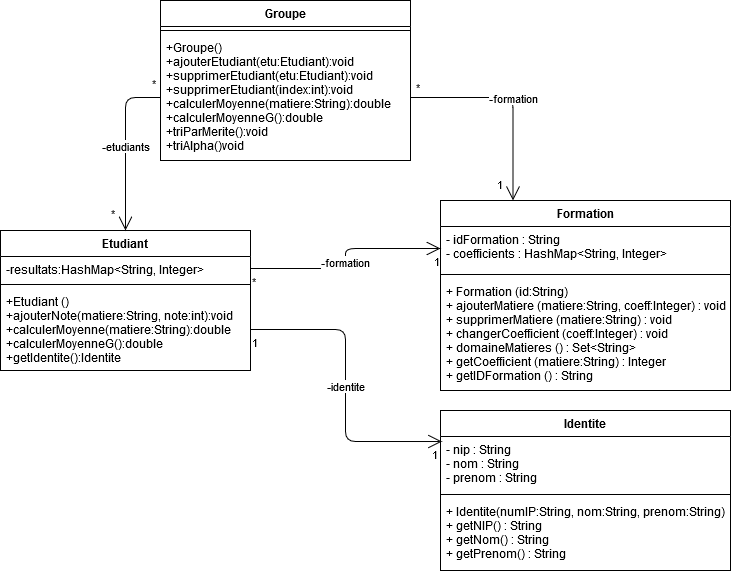
This is Diagramme de classe.png from Nimarcs/Exercice3-TravailDeConception-CPOA-WEISS-RICHIER, a draw.io export, as it was before one commit. Source tidied: cells renumbered, new cells last; positions are measured from the earlier drawing's top-left corner, leaving out a move shared by most shapes. Its diagram source:
```xml
<mxGraphModel>
  <root>
    <mxCell id="0" />
    <mxCell id="1" parent="0" />
    <mxCell id="2" value="Etudiant" style="swimlane;fontStyle=1;align=center;verticalAlign=top;horizontal=1;startSize=26;" parent="1" vertex="1">
      <mxGeometry y="230" width="250" height="140" as="geometry" />
    </mxCell>
    <mxCell id="3" value="-resultats:HashMap&lt;String, Integer&gt;&#10;" style="text;strokeColor=none;fillColor=none;align=left;verticalAlign=top;spacingLeft=4;spacingRight=4;overflow=hidden;points=[[0,0.5],[1,0.5]];portConstraint=eastwest;" parent="2" vertex="1">
      <mxGeometry y="26" width="250" height="24" as="geometry" />
    </mxCell>
    <mxCell id="4" style="line;strokeWidth=1;fillColor=none;align=left;verticalAlign=middle;spacingTop=-1;spacingLeft=3;spacingRight=3;labelPosition=right;" parent="2" vertex="1">
      <mxGeometry y="50" width="250" height="8" as="geometry" />
    </mxCell>
    <mxCell id="5" value="+Etudiant ()&#10;+ajouterNote(matiere:String, note:int):void&#10;+calculerMoyenne(matiere:String):double&#10;+calculerMoyenneG():double&#10;+getIdentite():Identite&#10;&#10;" style="text;strokeColor=none;fillColor=none;align=left;verticalAlign=top;spacingLeft=4;spacingRight=4;overflow=hidden;points=[[0,0.5],[1,0.5]];portConstraint=eastwest;" parent="2" vertex="1">
      <mxGeometry y="58" width="250" height="82" as="geometry" />
    </mxCell>
    <mxCell id="6" value="-identite" style="endArrow=open;html=1;endSize=12;startArrow=none;startSize=14;startFill=0;edgeStyle=orthogonalEdgeStyle;exitX=1;exitY=0.5;exitDx=0;exitDy=0;entryX=0.005;entryY=0.093;entryDx=0;entryDy=0;entryPerimeter=0;" parent="1" edge="1" source="5" target="10">
      <mxGeometry relative="1" as="geometry" />
    </mxCell>
    <mxCell id="7" value="1" style="edgeLabel;html=1;align=left;verticalAlign=top;" parent="6" vertex="1">
      <mxGeometry x="-1" relative="1" as="geometry" />
    </mxCell>
    <mxCell id="8" value="1" style="edgeLabel;html=1;align=right;verticalAlign=top;" parent="6" vertex="1">
      <mxGeometry x="1" relative="1" as="geometry">
        <mxPoint x="-3" as="offset" />
      </mxGeometry>
    </mxCell>
    <mxCell id="9" value="Identite" style="swimlane;fontStyle=1;align=center;verticalAlign=top;horizontal=1;startSize=26;" parent="1" vertex="1">
      <mxGeometry x="440" y="410" width="290" height="160" as="geometry" />
    </mxCell>
    <mxCell id="10" value="- nip : String&#10;- nom : String&#10;- prenom : String" style="text;strokeColor=none;fillColor=none;align=left;verticalAlign=top;spacingLeft=4;spacingRight=4;overflow=hidden;points=[[0,0.5],[1,0.5]];portConstraint=eastwest;" parent="9" vertex="1">
      <mxGeometry y="26" width="290" height="54" as="geometry" />
    </mxCell>
    <mxCell id="11" style="line;strokeWidth=1;fillColor=none;align=left;verticalAlign=middle;spacingTop=-1;spacingLeft=3;spacingRight=3;labelPosition=right;" parent="9" vertex="1">
      <mxGeometry y="80" width="290" height="8" as="geometry" />
    </mxCell>
    <mxCell id="12" value="+ Identite(numIP:String, nom:String, prenom:String)&#10;+ getNIP() : String&#10;+ getNom() : String&#10;+ getPrenom() : String" style="text;strokeColor=none;fillColor=none;align=left;verticalAlign=top;spacingLeft=4;spacingRight=4;overflow=hidden;" parent="9" vertex="1">
      <mxGeometry y="88" width="290" height="72" as="geometry" />
    </mxCell>
    <mxCell id="13" value="Formation" style="swimlane;fontStyle=1;align=center;verticalAlign=top;horizontal=1;startSize=26;" parent="1" vertex="1">
      <mxGeometry x="440" y="200" width="290" height="190" as="geometry" />
    </mxCell>
    <mxCell id="14" value="- idFormation : String&#10;- coefficients : HashMap&lt;String, Integer&gt;" style="text;strokeColor=none;fillColor=none;align=left;verticalAlign=top;spacingLeft=4;spacingRight=4;overflow=hidden;points=[[0,0.5],[1,0.5]];portConstraint=eastwest;" parent="13" vertex="1">
      <mxGeometry y="26" width="290" height="44" as="geometry" />
    </mxCell>
    <mxCell id="15" style="line;strokeWidth=1;fillColor=none;align=left;verticalAlign=middle;spacingTop=-1;spacingLeft=3;spacingRight=3;labelPosition=right;" parent="13" vertex="1">
      <mxGeometry y="70" width="290" height="8" as="geometry" />
    </mxCell>
    <mxCell id="16" value="+ Formation (id:String)&#10;+ ajouterMatiere (matiere:String, coeff:Integer) : void&#10;+ supprimerMatiere (matiere:String) : void&#10;+ changerCoefficient (coeff:Integer) : void&#10;+ domaineMatieres () : Set&lt;String&gt;&#10;+ getCoefficient (matiere:String) : Integer&#10;+ getIDFormation () : String&#10;" style="text;strokeColor=none;fillColor=none;align=left;verticalAlign=top;spacingLeft=4;spacingRight=4;overflow=hidden;" parent="13" vertex="1">
      <mxGeometry y="78" width="290" height="112" as="geometry" />
    </mxCell>
    <mxCell id="17" value="&lt;div&gt;-formation&lt;/div&gt;" style="endArrow=open;html=1;endSize=12;startArrow=none;startSize=14;startFill=0;edgeStyle=orthogonalEdgeStyle;exitX=1;exitY=0.5;exitDx=0;exitDy=0;entryX=0;entryY=0.5;entryDx=0;entryDy=0;" parent="1" edge="1" source="3" target="14">
      <mxGeometry x="-0.04" relative="1" as="geometry" />
    </mxCell>
    <mxCell id="18" value="&lt;div&gt;*&lt;/div&gt;" style="edgeLabel;html=1;align=left;verticalAlign=top;" parent="17" vertex="1">
      <mxGeometry x="-1" relative="1" as="geometry" />
    </mxCell>
    <mxCell id="19" value="1" style="edgeLabel;html=1;align=right;verticalAlign=top;" parent="17" vertex="1">
      <mxGeometry x="1" relative="1" as="geometry" />
    </mxCell>
    <mxCell id="20" value="Groupe" style="swimlane;fontStyle=1;align=center;verticalAlign=top;horizontal=1;startSize=26;" parent="1" vertex="1">
      <mxGeometry x="160" width="250" height="160" as="geometry" />
    </mxCell>
    <mxCell id="21" style="line;strokeWidth=1;fillColor=none;align=left;verticalAlign=middle;spacingTop=-1;spacingLeft=3;spacingRight=3;labelPosition=right;" parent="20" vertex="1">
      <mxGeometry y="26" width="250" height="8" as="geometry" />
    </mxCell>
    <mxCell id="22" value="+Groupe()&#10;+ajouterEtudiant(etu:Etudiant):void&#10;+supprimerEtudiant(etu:Etudiant):void&#10;+supprimerEtudiant(index:int):void&#10;+calculerMoyenne(matiere:String):double&#10;+calculerMoyenneG():double&#10;+triParMerite():void&#10;+triAlpha()void&#10;" style="text;strokeColor=none;fillColor=none;align=left;verticalAlign=top;spacingLeft=4;spacingRight=4;overflow=hidden;points=[[0,0.5],[1,0.5]];portConstraint=eastwest;" parent="20" vertex="1">
      <mxGeometry y="34" width="250" height="126" as="geometry" />
    </mxCell>
    <mxCell id="23" value="&lt;div&gt;-etudiants&lt;/div&gt;" style="endArrow=open;html=1;endSize=12;startArrow=none;startSize=14;startFill=0;edgeStyle=orthogonalEdgeStyle;entryX=0.5;entryY=0;entryDx=0;entryDy=0;exitX=0;exitY=0.5;exitDx=0;exitDy=0;" parent="1" edge="1" source="22" target="2">
      <mxGeometry relative="1" as="geometry" />
    </mxCell>
    <mxCell id="24" value="&lt;div&gt;*&lt;/div&gt;" style="edgeLabel;html=1;align=left;verticalAlign=top;" parent="23" vertex="1">
      <mxGeometry x="-1" relative="1" as="geometry">
        <mxPoint x="-10" y="-27" as="offset" />
      </mxGeometry>
    </mxCell>
    <mxCell id="25" value="*" style="edgeLabel;html=1;align=right;verticalAlign=top;" parent="23" vertex="1">
      <mxGeometry x="1" relative="1" as="geometry">
        <mxPoint x="-10" y="-30" as="offset" />
      </mxGeometry>
    </mxCell>
    <mxCell id="26" value="&lt;div&gt;-formation&lt;/div&gt;" style="endArrow=open;html=1;endSize=12;startArrow=none;startSize=14;startFill=0;edgeStyle=orthogonalEdgeStyle;entryX=0.25;entryY=0;entryDx=0;entryDy=0;exitX=1;exitY=0.5;exitDx=0;exitDy=0;" parent="1" edge="1" source="22" target="13">
      <mxGeometry relative="1" as="geometry" />
    </mxCell>
    <mxCell id="27" value="&lt;div&gt;*&lt;/div&gt;" style="edgeLabel;html=1;align=left;verticalAlign=top;" parent="26" vertex="1">
      <mxGeometry x="-1" relative="1" as="geometry">
        <mxPoint x="4" y="-23" as="offset" />
      </mxGeometry>
    </mxCell>
    <mxCell id="28" value="1" style="edgeLabel;html=1;align=right;verticalAlign=top;" parent="26" vertex="1">
      <mxGeometry x="1" relative="1" as="geometry">
        <mxPoint x="-10" y="-30" as="offset" />
      </mxGeometry>
    </mxCell>
  </root>
</mxGraphModel>
```
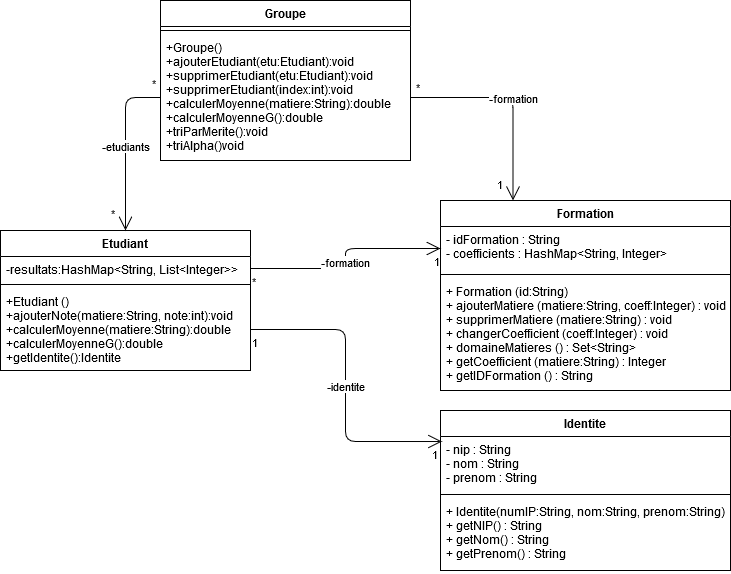
Later version of the same file.

Commit message:
modification oublie 1 note par matiere

on modifie car a cause d'une erreur d'inattention une matiere d'un eleve ne correspondais qu'a une note et pas une liste de note

What changed in the source:
```diff
@@ -5,7 +5,7 @@
     <mxCell id="2" value="Etudiant" style="swimlane;fontStyle=1;align=center;verticalAlign=top;horizontal=1;startSize=26;" parent="1" vertex="1">
       <mxGeometry y="230" width="250" height="140" as="geometry" />
     </mxCell>
-    <mxCell id="3" value="-resultats:HashMap&lt;String, Integer&gt;&#10;" style="text;strokeColor=none;fillColor=none;align=left;verticalAlign=top;spacingLeft=4;spacingRight=4;overflow=hidden;points=[[0,0.5],[1,0.5]];portConstraint=eastwest;" parent="2" vertex="1">
+    <mxCell id="3" value="-resultats:HashMap&lt;String, List&lt;Integer&gt;&gt;&#10;" style="text;strokeColor=none;fillColor=none;align=left;verticalAlign=top;spacingLeft=4;spacingRight=4;overflow=hidden;points=[[0,0.5],[1,0.5]];portConstraint=eastwest;" parent="2" vertex="1">
       <mxGeometry y="26" width="250" height="24" as="geometry" />
     </mxCell>
     <mxCell id="4" style="line;strokeWidth=1;fillColor=none;align=left;verticalAlign=middle;spacingTop=-1;spacingLeft=3;spacingRight=3;labelPosition=right;" parent="2" vertex="1">
```
